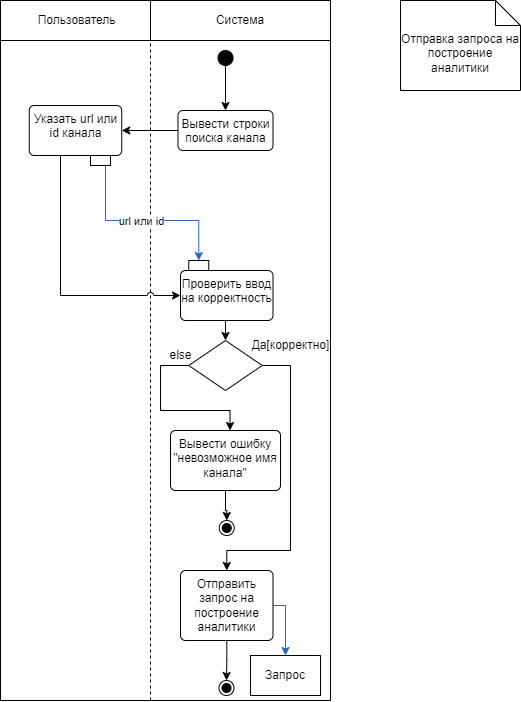
Hembos/YoutubeAnalytics keeps this draw.io diagram as docs/images/functional_diagram1_1.png. Above is the earlier version. Source tidied: cells renumbered, new cells last; positions are measured from the earlier drawing's top-left corner, leaving out a move shared by most shapes.
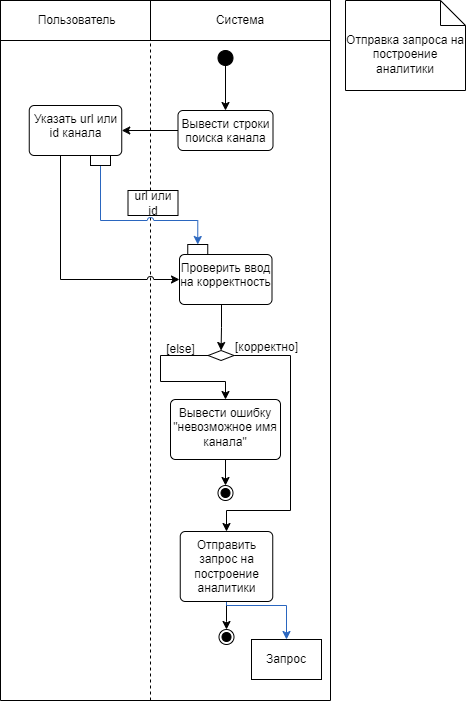
After the commit.

The edit, as a diff of the source:
```diff
@@ -38,7 +38,7 @@
     <mxCell id="11" style="edgeStyle=orthogonalEdgeStyle;rounded=0;jettySize=auto;html=1;entryX=0;entryY=0.5;entryDx=0;entryDy=0;jumpStyle=arc;" parent="1" edge="1" source="12" target="14">
       <mxGeometry relative="1" as="geometry">
         <Array as="points">
-          <mxPoint x="60" y="295" />
+          <mxPoint x="60" y="279" />
         </Array>
       </mxGeometry>
     </mxCell>
@@ -46,40 +46,43 @@
       <mxGeometry x="28.8" y="105" width="92.5" height="50" as="geometry" />
     </mxCell>
     <mxCell id="13" style="edgeStyle=orthogonalEdgeStyle;rounded=0;jettySize=auto;html=1;exitX=0.5;exitY=1;exitDx=0;exitDy=0;entryX=0.5;entryY=0;entryDx=0;entryDy=0;" parent="1" edge="1" source="14" target="17">
-      <mxGeometry relative="1" as="geometry" />
+      <mxGeometry relative="1" as="geometry">
+        <Array as="points">
+          <mxPoint x="221" y="304" />
+          <mxPoint x="221" y="327" />
+          <mxPoint x="221" y="327" />
+        </Array>
+      </mxGeometry>
     </mxCell>
-    <mxCell id="14" value="Проверить ввод на корректность" style="html=1;align=center;verticalAlign=top;rounded=1;absoluteArcSize=1;arcSize=10;dashed=0;whiteSpace=wrap;" parent="1" vertex="1">
-      <mxGeometry x="180" y="270" width="92.5" height="50" as="geometry" />
-    </mxCell>
-    <mxCell id="15" style="edgeStyle=orthogonalEdgeStyle;rounded=0;jettySize=auto;html=1;entryX=0.541;entryY=0;entryDx=0;entryDy=0;entryPerimeter=0;" parent="1" edge="1" source="17" target="19">
+    <mxCell id="15" style="edgeStyle=orthogonalEdgeStyle;rounded=0;jettySize=auto;html=1;entryX=0.5;entryY=0;entryDx=0;entryDy=0;" parent="1" edge="1" source="17" target="19">
       <mxGeometry relative="1" as="geometry">
         <Array as="points">
-          <mxPoint x="160" y="365" />
-          <mxPoint x="160" y="410" />
-          <mxPoint x="230" y="410" />
+          <mxPoint x="160" y="355" />
+          <mxPoint x="160" y="381" />
+          <mxPoint x="225" y="381" />
         </Array>
       </mxGeometry>
     </mxCell>
     <mxCell id="16" style="edgeStyle=orthogonalEdgeStyle;rounded=0;jettySize=auto;html=1;entryX=0.5;entryY=0;entryDx=0;entryDy=0;" parent="1" edge="1" source="17" target="23">
       <mxGeometry relative="1" as="geometry">
         <Array as="points">
-          <mxPoint x="290" y="365" />
-          <mxPoint x="290" y="550" />
-          <mxPoint x="226" y="550" />
+          <mxPoint x="290" y="355" />
+          <mxPoint x="290" y="510" />
+          <mxPoint x="226" y="510" />
         </Array>
       </mxGeometry>
     </mxCell>
     <mxCell id="17" style="rhombus;whiteSpace=wrap;html=1;" parent="1" vertex="1">
-      <mxGeometry x="188.2" y="340" width="73.5" height="50" as="geometry" />
+      <mxGeometry x="207.6" y="350" width="25.9" height="10" as="geometry" />
     </mxCell>
     <mxCell id="18" style="edgeStyle=orthogonalEdgeStyle;rounded=0;jettySize=auto;html=1;" parent="1" edge="1" source="19" target="20">
       <mxGeometry relative="1" as="geometry" />
     </mxCell>
     <mxCell id="19" value="Вывести ошибку &quot;невозможное имя канала&quot;" style="html=1;align=center;verticalAlign=top;rounded=1;absoluteArcSize=1;arcSize=10;dashed=0;whiteSpace=wrap;" parent="1" vertex="1">
-      <mxGeometry x="170" y="430" width="110" height="60" as="geometry" />
+      <mxGeometry x="170" y="399" width="110" height="60" as="geometry" />
     </mxCell>
     <mxCell id="20" style="ellipse;html=1;shape=endState;fillColor=strokeColor;" parent="1" vertex="1">
-      <mxGeometry x="218.8" y="520" width="15" height="15" as="geometry" />
+      <mxGeometry x="217.5" y="485" width="15" height="15" as="geometry" />
     </mxCell>
     <mxCell id="21" style="edgeStyle=orthogonalEdgeStyle;rounded=0;jettySize=auto;html=1;entryX=0.5;entryY=0;entryDx=0;entryDy=0;" parent="1" edge="1" source="23" target="27">
       <mxGeometry relative="1" as="geometry" />
@@ -87,18 +90,19 @@
     <mxCell id="22" style="edgeStyle=orthogonalEdgeStyle;rounded=0;jettySize=auto;html=1;entryX=0.5;entryY=0;entryDx=0;entryDy=0;strokeColor=#2A66BF;" parent="1" edge="1" source="23" target="32">
       <mxGeometry relative="1" as="geometry">
         <Array as="points">
-          <mxPoint x="285" y="605" />
+          <mxPoint x="226" y="605" />
+          <mxPoint x="286" y="605" />
         </Array>
       </mxGeometry>
     </mxCell>
     <mxCell id="23" value="Отправить запрос на построение аналитики" style="html=1;align=center;verticalAlign=top;rounded=1;absoluteArcSize=1;arcSize=10;dashed=0;whiteSpace=wrap;" parent="1" vertex="1">
-      <mxGeometry x="180" y="570" width="92.5" height="70" as="geometry" />
+      <mxGeometry x="179.8" y="531" width="92.5" height="70" as="geometry" />
     </mxCell>
-    <mxCell id="24" value="else" style="text;html=1;align=center;verticalAlign=middle;strokeColor=none;fillColor=none;" parent="1" vertex="1">
-      <mxGeometry x="155" y="340" width="50" height="30" as="geometry" />
+    <mxCell id="24" value="[else]" style="text;html=1;align=center;verticalAlign=middle;strokeColor=none;fillColor=none;" parent="1" vertex="1">
+      <mxGeometry x="155" y="334" width="50" height="30" as="geometry" />
     </mxCell>
-    <mxCell id="25" value="Да[корректно]" style="text;html=1;align=center;verticalAlign=middle;strokeColor=none;fillColor=none;" parent="1" vertex="1">
-      <mxGeometry x="240" y="330" width="100" height="30" as="geometry" />
+    <mxCell id="25" value="[корректно]" style="text;html=1;align=center;verticalAlign=middle;strokeColor=none;fillColor=none;" parent="1" vertex="1">
+      <mxGeometry x="221" y="332" width="90" height="30" as="geometry" />
     </mxCell>
     <mxCell id="26" style="endArrow=none;html=1;rounded=0;" parent="1" edge="1">
       <mxGeometry relative="1" as="geometry">
@@ -107,33 +111,36 @@
       </mxGeometry>
     </mxCell>
     <mxCell id="27" style="ellipse;html=1;shape=endState;fillColor=strokeColor;" parent="1" vertex="1">
-      <mxGeometry x="218.5" y="680" width="15" height="15" as="geometry" />
+      <mxGeometry x="218.5" y="629" width="15" height="15" as="geometry" />
     </mxCell>
     <mxCell id="28" style="edgeStyle=orthogonalEdgeStyle;rounded=0;jettySize=auto;html=1;entryX=0.5;entryY=0;entryDx=0;entryDy=0;fillColor=#dae8fc;strokeColor=#2A66BF;jumpStyle=arc;exitX=0.5;exitY=1;exitDx=0;exitDy=0;" parent="1" edge="1" source="30" target="31">
       <mxGeometry relative="1" as="geometry">
         <Array as="points">
-          <mxPoint x="105" y="165" />
-          <mxPoint x="105" y="220" />
-          <mxPoint x="198" y="220" />
+          <mxPoint x="100" y="220" />
+          <mxPoint x="197" y="220" />
         </Array>
       </mxGeometry>
     </mxCell>
-    <mxCell id="29" value="url или id" style="edgeLabel;html=1;align=center;verticalAlign=middle;" parent="28" vertex="1">
-      <mxGeometry x="-0.18" relative="1" as="geometry">
-        <mxPoint x="16" as="offset" />
-      </mxGeometry>
-    </mxCell>
     <mxCell id="30" style="rounded=0;whiteSpace=wrap;html=1;" parent="1" vertex="1">
       <mxGeometry x="90" y="155" width="20" height="10" as="geometry" />
     </mxCell>
-    <mxCell id="31" style="rounded=0;whiteSpace=wrap;html=1;" parent="1" vertex="1">
-      <mxGeometry x="188.2" y="260" width="20" height="10" as="geometry" />
-    </mxCell>
     <mxCell id="32" value="Запрос" style="rounded=0;whiteSpace=wrap;html=1;" parent="1" vertex="1">
-      <mxGeometry x="250" y="655" width="70" height="40" as="geometry" />
+      <mxGeometry x="251" y="639" width="70" height="40" as="geometry" />
     </mxCell>
     <mxCell id="33" value="Отправка запроса на построение аналитики" style="shape=note2;boundedLbl=1;whiteSpace=wrap;html=1;size=25;verticalAlign=top;align=center;" parent="1" vertex="1">
-      <mxGeometry x="400" width="120" height="90" as="geometry" />
+      <mxGeometry x="345" width="120" height="90" as="geometry" />
     </mxCell>
+    <mxCell id="29" value="url или id" style="rounded=0;whiteSpace=wrap;html=1;" parent="1" vertex="1">
+      <mxGeometry x="127.5" y="190" width="50" height="25" as="geometry" />
+    </mxCell>
+    <mxCell id="34" style="group;" parent="1" vertex="1">
+      <mxGeometry x="179" y="244" width="92.5" height="60" as="geometry" />
+    </mxCell>
+    <mxCell id="14" value="Проверить ввод на корректность" style="html=1;align=center;verticalAlign=top;rounded=1;absoluteArcSize=1;arcSize=10;dashed=0;whiteSpace=wrap;" parent="34" vertex="1">
+      <mxGeometry y="10" width="92.5" height="50" as="geometry" />
+    </mxCell>
+    <mxCell id="31" style="rounded=0;whiteSpace=wrap;html=1;" parent="34" vertex="1">
+      <mxGeometry x="8.2" width="20" height="10" as="geometry" />
+    </mxCell>
   </root>
 </mxGraphModel>
```
